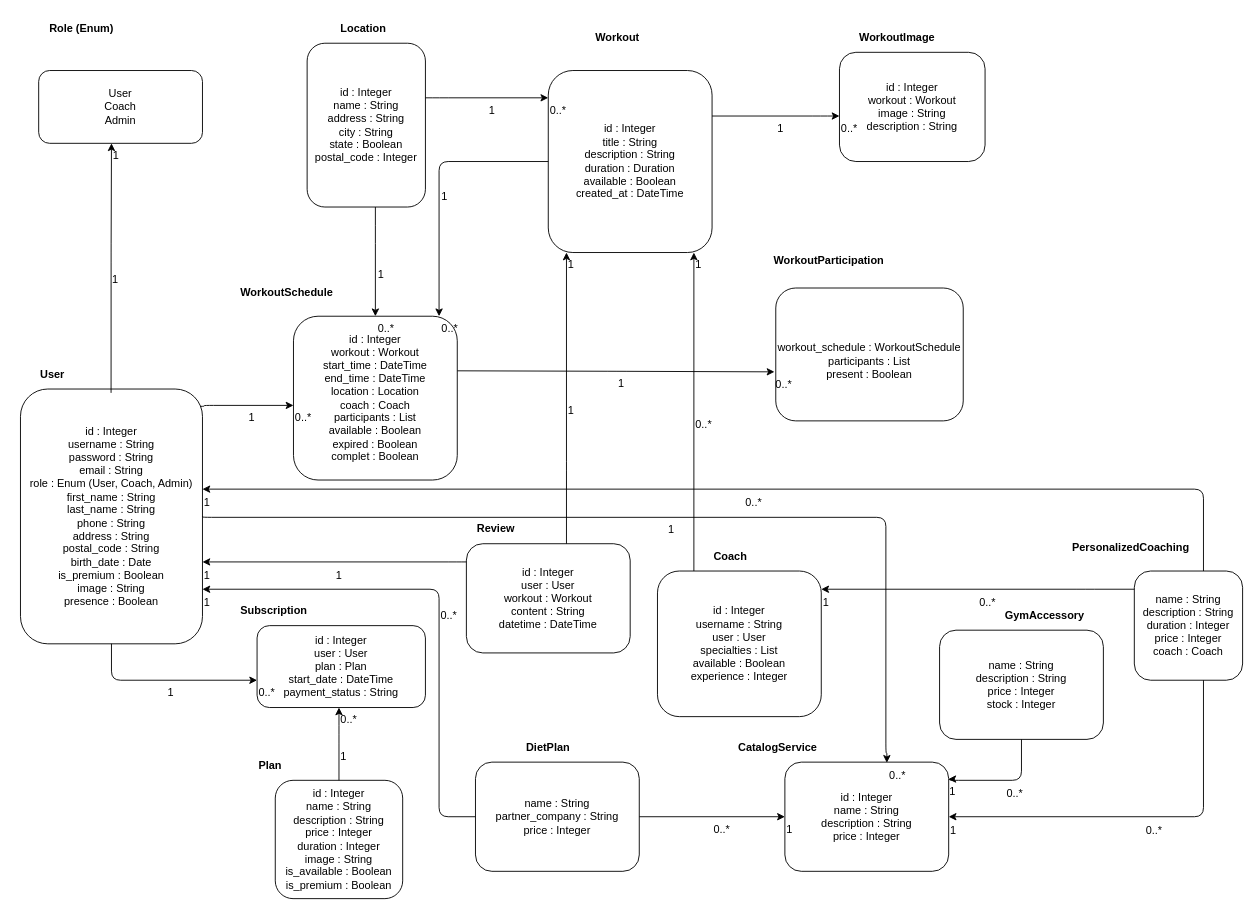
This is Diagramme de classe25082024definitif.drawio from DipsLoco/TFE_2024, a draw.io file, before an edit. Source tidied: cells renumbered, new cells numbered last; positions are measured from the earlier drawing's top-left corner, leaving out a move shared by most shapes. Both pictures are drawn from the tidied source at 91%, with x=0, y=0 at pixel (20, 15).
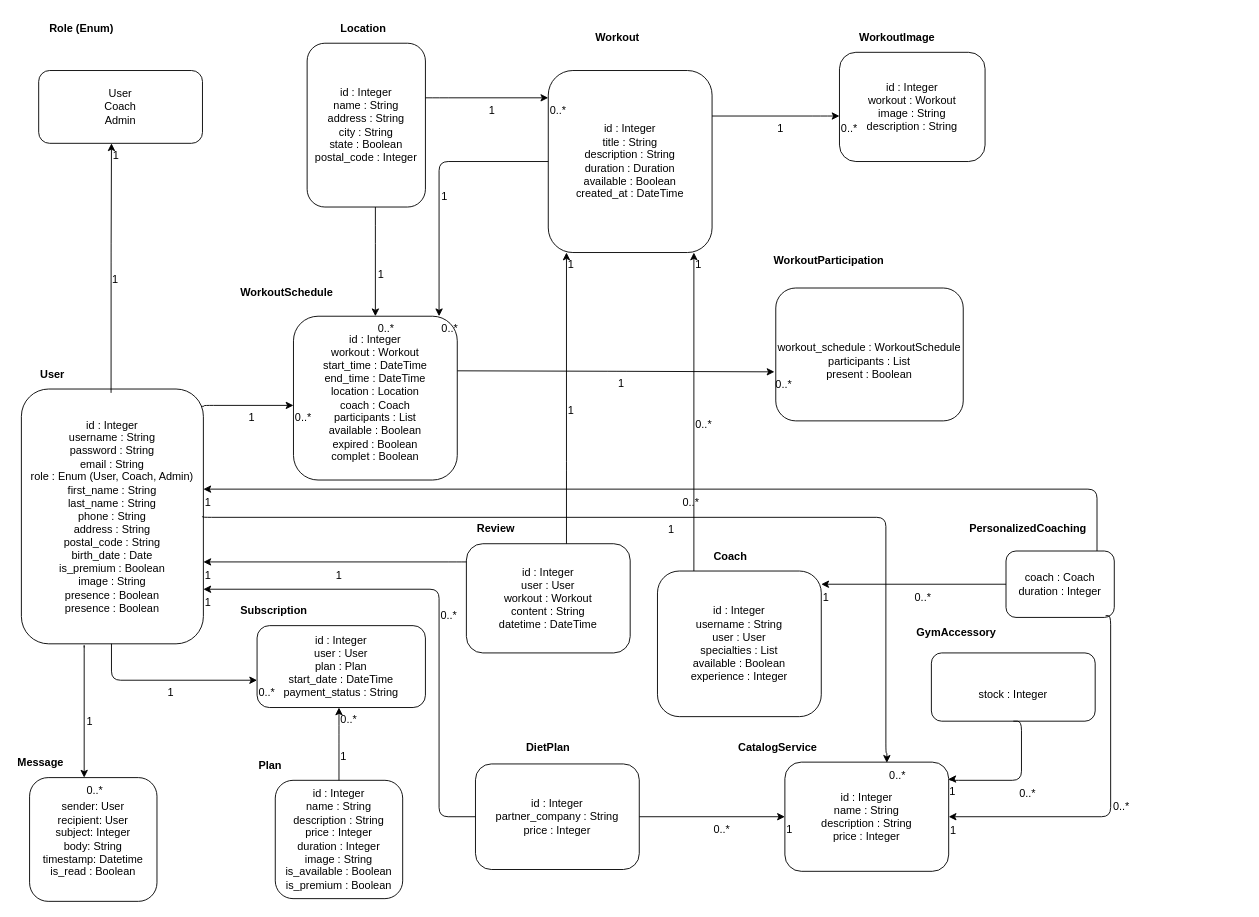
The same diagram, later.

Commit message:
Mettre à jour Diagramme de classe25082024definitif.drawio

Unchanged cells that the change refers to:
```xml
<mxCell id="25" value="&lt;span style=&quot;text-align: left; text-wrap: nowrap;&quot;&gt;id : Integer&lt;/span&gt;&lt;br style=&quot;text-align: left; text-wrap: nowrap;&quot;&gt;&lt;span style=&quot;text-align: left; text-wrap: nowrap;&quot;&gt;name : String&lt;/span&gt;&lt;br style=&quot;text-align: left; text-wrap: nowrap;&quot;&gt;&lt;span style=&quot;text-align: left; text-wrap: nowrap;&quot;&gt;description : String&lt;/span&gt;&lt;br style=&quot;text-align: left; text-wrap: nowrap;&quot;&gt;&lt;span style=&quot;text-align: left; text-wrap: nowrap;&quot;&gt;price : Integer&lt;/span&gt;" style="rounded=1;whiteSpace=wrap;html=1;" parent="1" vertex="1">
  <mxGeometry x="840" y="820" width="180" height="120" as="geometry" />
</mxCell>
```

Diff of the diagram source:
```diff
@@
-    <mxCell id="3" value="&lt;span style=&quot;text-align: left; text-wrap: nowrap;&quot;&gt;id : Integer&lt;/span&gt;&lt;br style=&quot;text-align: left; text-wrap: nowrap;&quot;&gt;&lt;span style=&quot;text-align: left; text-wrap: nowrap;&quot;&gt;username : String&lt;/span&gt;&lt;br style=&quot;text-align: left; text-wrap: nowrap;&quot;&gt;&lt;span style=&quot;text-align: left; text-wrap: nowrap;&quot;&gt;password : String&lt;/span&gt;&lt;br style=&quot;text-align: left; text-wrap: nowrap;&quot;&gt;&lt;span style=&quot;text-align: left; text-wrap: nowrap;&quot;&gt;email : String&lt;/span&gt;&lt;br style=&quot;text-align: left; text-wrap: nowrap;&quot;&gt;&lt;span style=&quot;text-align: left; text-wrap: nowrap;&quot;&gt;role : Enum (User, Coach, Admin)&lt;/span&gt;&lt;br style=&quot;text-align: left; text-wrap: nowrap;&quot;&gt;&lt;span style=&quot;text-align: left; text-wrap: nowrap;&quot;&gt;first_name : String&lt;/span&gt;&lt;br style=&quot;text-align: left; text-wrap: nowrap;&quot;&gt;&lt;span style=&quot;text-align: left; text-wrap: nowrap;&quot;&gt;last_name : String&lt;/span&gt;&lt;br style=&quot;text-align: left; text-wrap: nowrap;&quot;&gt;&lt;span style=&quot;text-align: left; text-wrap: nowrap;&quot;&gt;phone : String&lt;/span&gt;&lt;br style=&quot;text-align: left; text-wrap: nowrap;&quot;&gt;&lt;span style=&quot;text-align: left; text-wrap: nowrap;&quot;&gt;address : String&lt;/span&gt;&lt;br style=&quot;text-align: left; text-wrap: nowrap;&quot;&gt;&lt;span style=&quot;text-align: left; text-wrap: nowrap;&quot;&gt;postal_code : String&lt;/span&gt;&lt;br style=&quot;text-align: left; text-wrap: nowrap;&quot;&gt;&lt;span style=&quot;text-align: left; text-wrap: nowrap;&quot;&gt;birth_date : Date&lt;/span&gt;&lt;br style=&quot;text-align: left; text-wrap: nowrap;&quot;&gt;&lt;span style=&quot;text-align: left; text-wrap: nowrap;&quot;&gt;is_premium : Boolean&lt;/span&gt;&lt;br style=&quot;text-align: left; text-wrap: nowrap;&quot;&gt;&lt;span style=&quot;text-align: left; text-wrap: nowrap;&quot;&gt;image : String&lt;/span&gt;&lt;br style=&quot;text-align: left; text-wrap: nowrap;&quot;&gt;&lt;span style=&quot;text-align: left; text-wrap: nowrap;&quot;&gt;presence : Boolean&lt;/span&gt;" style="rounded=1;whiteSpace=wrap;html=1;" parent="1" vertex="1">
-      <mxGeometry y="410" width="200" height="280" as="geometry" />
+    <mxCell id="3" value="&lt;span style=&quot;text-align: left; text-wrap: nowrap;&quot;&gt;id : Integer&lt;/span&gt;&lt;br style=&quot;text-align: left; text-wrap: nowrap;&quot;&gt;&lt;span style=&quot;text-align: left; text-wrap: nowrap;&quot;&gt;username : String&lt;/span&gt;&lt;br style=&quot;text-align: left; text-wrap: nowrap;&quot;&gt;&lt;span style=&quot;text-align: left; text-wrap: nowrap;&quot;&gt;password : String&lt;/span&gt;&lt;br style=&quot;text-align: left; text-wrap: nowrap;&quot;&gt;&lt;span style=&quot;text-align: left; text-wrap: nowrap;&quot;&gt;email : String&lt;/span&gt;&lt;br style=&quot;text-align: left; text-wrap: nowrap;&quot;&gt;&lt;span style=&quot;text-align: left; text-wrap: nowrap;&quot;&gt;role : Enum (User, Coach, Admin)&lt;/span&gt;&lt;br style=&quot;text-align: left; text-wrap: nowrap;&quot;&gt;&lt;span style=&quot;text-align: left; text-wrap: nowrap;&quot;&gt;first_name : String&lt;/span&gt;&lt;br style=&quot;text-align: left; text-wrap: nowrap;&quot;&gt;&lt;span style=&quot;text-align: left; text-wrap: nowrap;&quot;&gt;last_name : String&lt;/span&gt;&lt;br style=&quot;text-align: left; text-wrap: nowrap;&quot;&gt;&lt;span style=&quot;text-align: left; text-wrap: nowrap;&quot;&gt;phone : String&lt;/span&gt;&lt;br style=&quot;text-align: left; text-wrap: nowrap;&quot;&gt;&lt;span style=&quot;text-align: left; text-wrap: nowrap;&quot;&gt;address : String&lt;/span&gt;&lt;br style=&quot;text-align: left; text-wrap: nowrap;&quot;&gt;&lt;span style=&quot;text-align: left; text-wrap: nowrap;&quot;&gt;postal_code : String&lt;/span&gt;&lt;br style=&quot;text-align: left; text-wrap: nowrap;&quot;&gt;&lt;span style=&quot;text-align: left; text-wrap: nowrap;&quot;&gt;birth_date : Date&lt;/span&gt;&lt;br style=&quot;text-align: left; text-wrap: nowrap;&quot;&gt;&lt;span style=&quot;text-align: left; text-wrap: nowrap;&quot;&gt;is_premium : Boolean&lt;/span&gt;&lt;br style=&quot;text-align: left; text-wrap: nowrap;&quot;&gt;&lt;span style=&quot;text-align: left; text-wrap: nowrap;&quot;&gt;image : String&lt;/span&gt;&lt;br style=&quot;text-align: left; text-wrap: nowrap;&quot;&gt;&lt;div&gt;&lt;span style=&quot;text-align: left; text-wrap: nowrap;&quot;&gt;presence : Boolean&lt;/span&gt;&lt;/div&gt;&lt;div&gt;&lt;span style=&quot;text-align: left; text-wrap: nowrap;&quot;&gt;presence : Boolean&lt;/span&gt;&lt;/div&gt;" style="rounded=1;whiteSpace=wrap;html=1;" parent="1" vertex="1">
+      <mxGeometry x="1" y="410" width="200" height="280" as="geometry" />
     </mxCell>
@@
     <mxCell id="26" value="GymAccessory" style="text;html=1;whiteSpace=wrap;fontStyle=1;" parent="1" vertex="1">
-      <mxGeometry x="1080" y="645" width="180" height="30" as="geometry" />
+      <mxGeometry x="983" y="664" width="180" height="30" as="geometry" />
     </mxCell>
-    <mxCell id="27" value="&lt;span style=&quot;text-wrap: nowrap; background-color: rgb(255, 255, 255); text-align: left;&quot;&gt;name : String&lt;/span&gt;&lt;br style=&quot;text-wrap: nowrap; background-color: rgb(255, 255, 255); text-align: left;&quot;&gt;&lt;span style=&quot;text-wrap: nowrap; background-color: rgb(255, 255, 255); text-align: left;&quot;&gt;description : String&lt;/span&gt;&lt;br style=&quot;text-wrap: nowrap; background-color: rgb(255, 255, 255); text-align: left;&quot;&gt;&lt;span style=&quot;text-wrap: nowrap; background-color: rgb(255, 255, 255); text-align: left;&quot;&gt;price : Integer&lt;/span&gt;&lt;br style=&quot;text-wrap: nowrap; background-color: rgb(255, 255, 255); text-align: left;&quot;&gt;&lt;span style=&quot;text-wrap: nowrap; background-color: rgb(255, 255, 255); text-align: left;&quot;&gt;stock : Integer&lt;/span&gt;" style="rounded=1;whiteSpace=wrap;html=1;" parent="1" vertex="1">
-      <mxGeometry x="1010" y="675" width="180" height="120" as="geometry" />
+    <mxCell id="27" value="&lt;br style=&quot;text-wrap: nowrap; background-color: rgb(255, 255, 255); text-align: left;&quot;&gt;&lt;span style=&quot;text-wrap: nowrap; background-color: rgb(255, 255, 255); text-align: left;&quot;&gt;stock : Integer&lt;/span&gt;" style="rounded=1;whiteSpace=wrap;html=1;" parent="1" vertex="1">
+      <mxGeometry x="1001" y="700" width="180" height="75" as="geometry" />
     </mxCell>
     <mxCell id="28" value="PersonalizedCoaching" style="text;html=1;whiteSpace=wrap;fontStyle=1;" parent="1" vertex="1">
-      <mxGeometry x="1154" y="571" width="180" height="30" as="geometry" />
+      <mxGeometry x="1041" y="550" width="180" height="30" as="geometry" />
     </mxCell>
-    <mxCell id="29" value="&lt;span style=&quot;text-wrap: nowrap; background-color: rgb(255, 255, 255); text-align: left;&quot;&gt;name : String&lt;/span&gt;&lt;br style=&quot;text-wrap: nowrap; background-color: rgb(255, 255, 255); text-align: left;&quot;&gt;&lt;span style=&quot;text-wrap: nowrap; background-color: rgb(255, 255, 255); text-align: left;&quot;&gt;description : String&lt;/span&gt;&lt;br style=&quot;text-wrap: nowrap; background-color: rgb(255, 255, 255); text-align: left;&quot;&gt;&lt;span style=&quot;text-wrap: nowrap; background-color: rgb(255, 255, 255); text-align: left;&quot;&gt;duration : Integer&lt;/span&gt;&lt;br style=&quot;text-wrap: nowrap; background-color: rgb(255, 255, 255); text-align: left;&quot;&gt;&lt;span style=&quot;text-wrap: nowrap; background-color: rgb(255, 255, 255); text-align: left;&quot;&gt;price : Integer&lt;/span&gt;&lt;br style=&quot;text-wrap: nowrap; background-color: rgb(255, 255, 255); text-align: left;&quot;&gt;&lt;span style=&quot;text-wrap: nowrap; background-color: rgb(255, 255, 255); text-align: left;&quot;&gt;coach : Coach&lt;/span&gt;" style="rounded=1;whiteSpace=wrap;html=1;" parent="1" vertex="1">
-      <mxGeometry x="1224" y="610" width="119" height="120" as="geometry" />
+    <mxCell id="29" value="&lt;div&gt;&lt;span style=&quot;text-wrap: nowrap; background-color: rgb(255, 255, 255); text-align: left;&quot;&gt;coach : Coach&lt;/span&gt;&lt;/div&gt;&lt;div&gt;&lt;span style=&quot;text-wrap: nowrap; background-color: rgb(255, 255, 255); text-align: left;&quot;&gt;duration : Integer&lt;/span&gt;&lt;/div&gt;" style="rounded=1;whiteSpace=wrap;html=1;" parent="1" vertex="1">
+      <mxGeometry x="1083" y="588" width="119" height="73" as="geometry" />
     </mxCell>
@@
-    <mxCell id="31" value="&lt;span style=&quot;text-wrap: nowrap; background-color: rgb(255, 255, 255); text-align: left;&quot;&gt;name : String&lt;/span&gt;&lt;br style=&quot;text-wrap: nowrap; background-color: rgb(255, 255, 255); text-align: left;&quot;&gt;&lt;span style=&quot;text-wrap: nowrap; background-color: rgb(255, 255, 255); text-align: left;&quot;&gt;partner_company : String&lt;/span&gt;&lt;br style=&quot;text-wrap: nowrap; background-color: rgb(255, 255, 255); text-align: left;&quot;&gt;&lt;span style=&quot;text-wrap: nowrap; background-color: rgb(255, 255, 255); text-align: left;&quot;&gt;price : Integer&lt;/span&gt;" style="rounded=1;whiteSpace=wrap;html=1;" parent="1" vertex="1">
-      <mxGeometry x="500" y="820" width="180" height="120" as="geometry" />
+    <mxCell id="31" value="id : Integer&lt;br style=&quot;text-wrap: nowrap; background-color: rgb(255, 255, 255); text-align: left;&quot;&gt;&lt;span style=&quot;text-wrap: nowrap; background-color: rgb(255, 255, 255); text-align: left;&quot;&gt;partner_company : String&lt;/span&gt;&lt;br style=&quot;text-wrap: nowrap; background-color: rgb(255, 255, 255); text-align: left;&quot;&gt;&lt;span style=&quot;text-wrap: nowrap; background-color: rgb(255, 255, 255); text-align: left;&quot;&gt;price : Integer&lt;/span&gt;" style="rounded=1;whiteSpace=wrap;html=1;" parent="1" vertex="1">
+      <mxGeometry x="500" y="822" width="180" height="116" as="geometry" />
     </mxCell>
@@
-    <mxCell id="71" style="edgeStyle=orthogonalEdgeStyle;rounded=1;html=1;" parent="1" edge="1" source="29" target="25">
+    <mxCell id="71" style="edgeStyle=orthogonalEdgeStyle;rounded=1;html=1;exitX=0.92;exitY=0.973;exitDx=0;exitDy=0;exitPerimeter=0;" parent="1" edge="1" source="29" target="25">
       <mxGeometry relative="1" as="geometry">
         <Array as="points">
-          <mxPoint x="1300" y="880" />
+          <mxPoint x="1198" y="880" />
         </Array>
       </mxGeometry>
     </mxCell>
@@
     <mxCell id="74" style="edgeStyle=orthogonalEdgeStyle;rounded=1;html=1;" parent="1" edge="1" source="29" target="3">
       <mxGeometry relative="1" as="geometry">
         <Array as="points">
-          <mxPoint x="1300" y="520" />
+          <mxPoint x="1183" y="520" />
         </Array>
       </mxGeometry>
     </mxCell>
@@
+    <mxCell id="89" value="&lt;span style=&quot;text-align: left; text-wrap: nowrap;&quot;&gt;sender: User&lt;/span&gt;&lt;br style=&quot;text-align: left; text-wrap: nowrap;&quot;&gt;&lt;span style=&quot;text-align: left; text-wrap: nowrap;&quot;&gt;recipient: User&lt;/span&gt;&lt;br style=&quot;text-align: left; text-wrap: nowrap;&quot;&gt;&lt;span style=&quot;text-align: left; text-wrap: nowrap;&quot;&gt;subject: Integer&lt;/span&gt;&lt;br style=&quot;text-align: left; text-wrap: nowrap;&quot;&gt;&lt;span style=&quot;text-align: left; text-wrap: nowrap;&quot;&gt;body: String&lt;/span&gt;&lt;br style=&quot;text-align: left; text-wrap: nowrap;&quot;&gt;&lt;span style=&quot;text-align: left; text-wrap: nowrap;&quot;&gt;timestamp: Datetime&lt;/span&gt;&lt;br style=&quot;text-align: left; text-wrap: nowrap;&quot;&gt;&lt;span style=&quot;text-align: left; text-wrap: nowrap;&quot;&gt;is_read : Boolean&lt;/span&gt;&lt;br style=&quot;text-align: left; text-wrap: nowrap;&quot;&gt;" style="rounded=1;whiteSpace=wrap;html=1;" parent="1" vertex="1">
+      <mxGeometry x="10" y="837" width="140" height="136" as="geometry" />
+    </mxCell>
+    <mxCell id="90" style="edgeStyle=orthogonalEdgeStyle;rounded=1;html=1;" parent="1" edge="1">
+      <mxGeometry relative="1" as="geometry">
+        <mxPoint x="70" y="694" as="sourcePoint" />
+        <mxPoint x="70" y="837" as="targetPoint" />
+        <Array as="points">
+          <mxPoint x="70" y="690" />
+          <mxPoint x="70" y="840" />
+        </Array>
+      </mxGeometry>
+    </mxCell>
+    <mxCell id="91" value="1" style="text;html=1;whiteSpace=wrap;" parent="90" vertex="1">
+      <mxGeometry y="0.5" relative="1" as="geometry" />
+    </mxCell>
+    <mxCell id="92" value="0..*" style="text;html=1;whiteSpace=wrap;" parent="90" vertex="1">
+      <mxGeometry x="1" y="0.5" relative="1" as="geometry" />
+    </mxCell>
+    <mxCell id="93" value="&lt;b&gt;Message&lt;/b&gt;" style="text;whiteSpace=wrap;html=1;" parent="1" vertex="1">
+      <mxGeometry x="-5" y="807" width="51" height="36" as="geometry" />
+    </mxCell>
```
